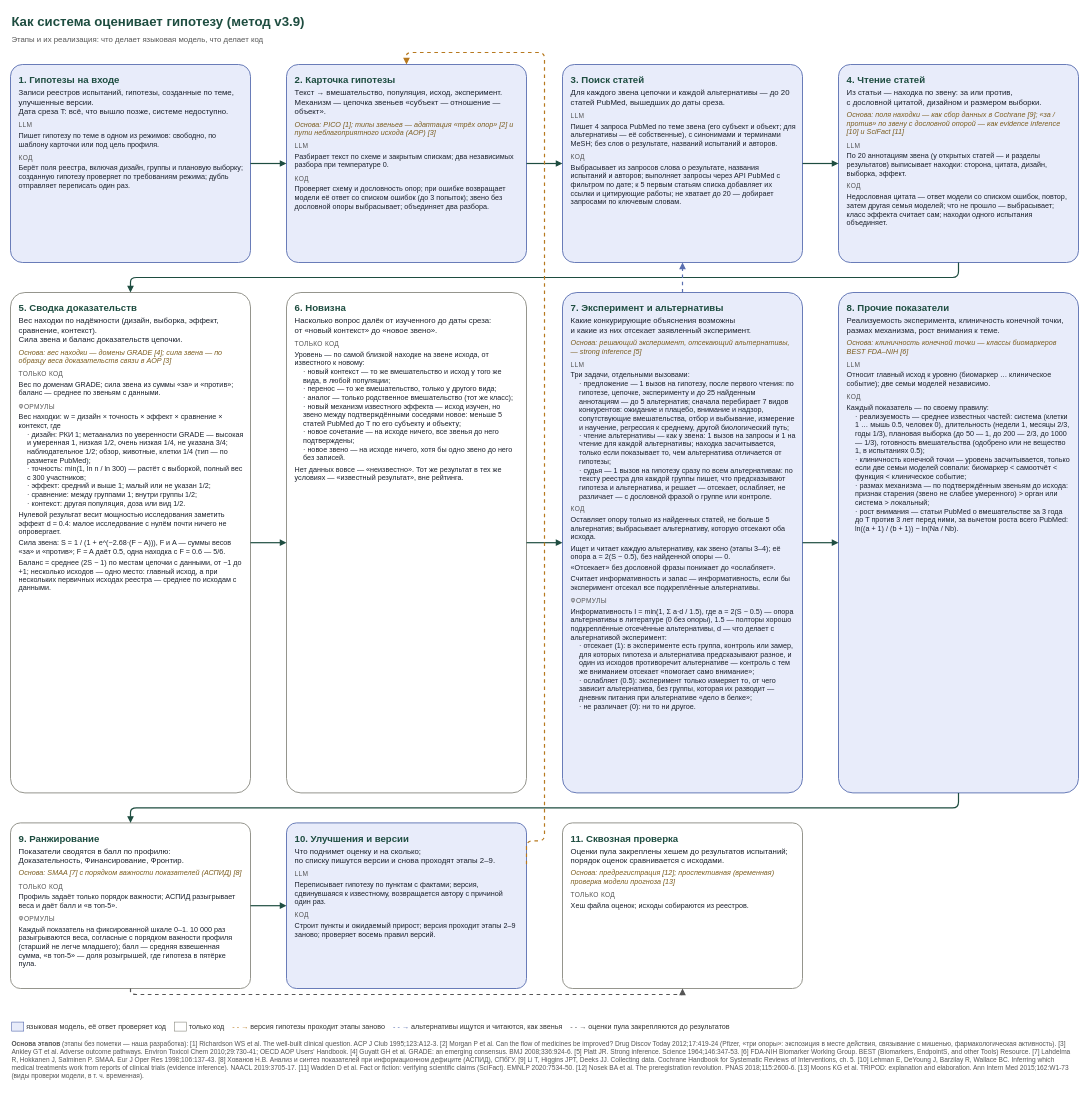
This is docs/system/flow_impl.drawio from danrd/hyp-arena, a draw.io file, before an edit. Source tidied: cells renumbered, new cells numbered last; positions are measured from the earlier drawing's top-left corner, leaving out a move shared by most shapes. Both pictures are drawn from the tidied source at 60%, with x=0, y=0 at pixel (10, 10).
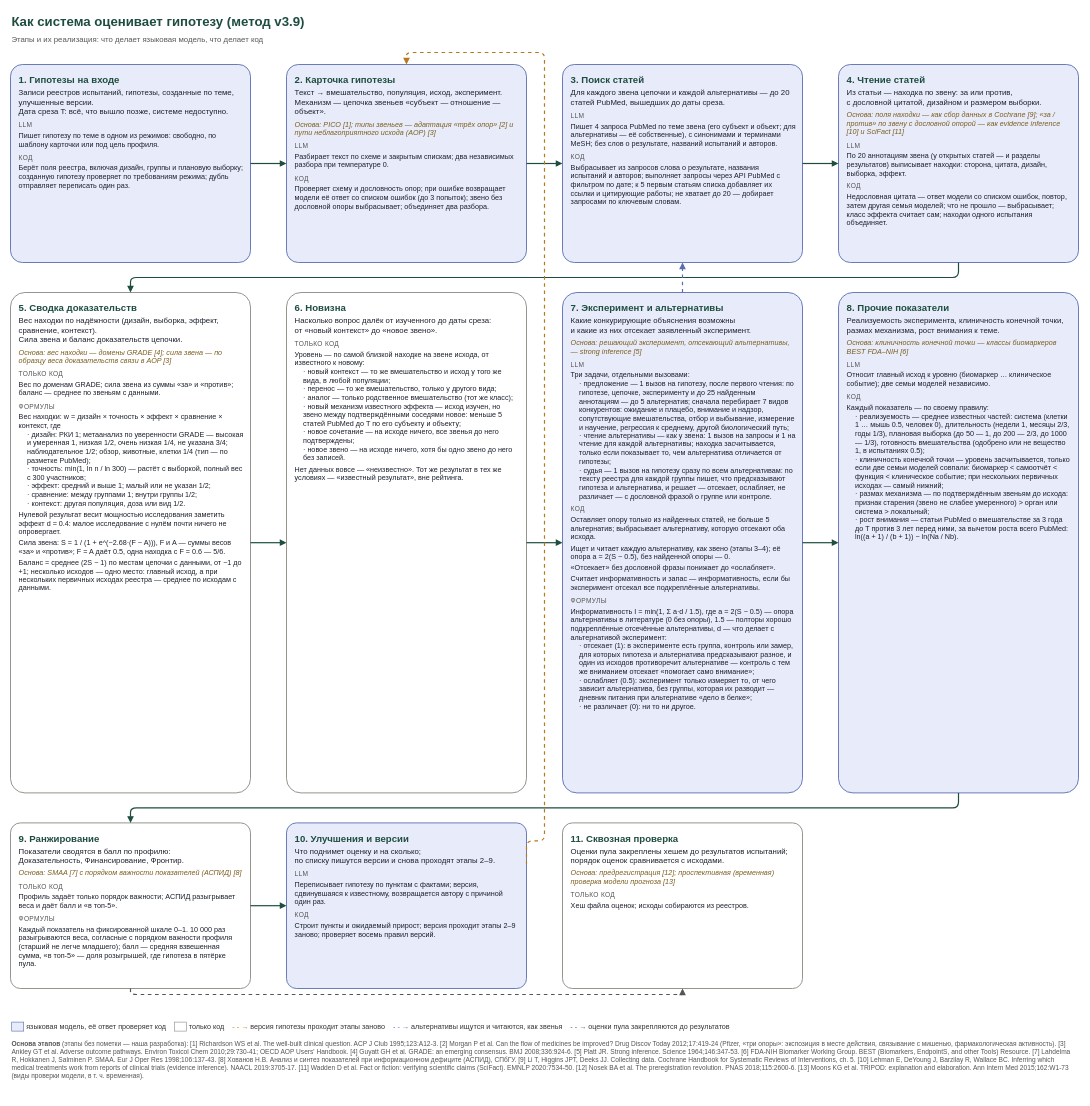
The same diagram, later.

The edit, as a diff of the source:
```diff
@@
-    <mxCell id="10" value="&lt;div style='font-size:16px;color:#1E4D40'&gt;&lt;b&gt;8. Прочие показатели&lt;/b&gt;&lt;/div&gt;&lt;div style='margin-top:4px'&gt;Реализуемость эксперимента, клиничность конечной точки,&lt;br/&gt;размах механизма, рост внимания к теме.&lt;/div&gt;&lt;div style='margin-top:6px;font-size:12px;color:#7A5C1E'&gt;&lt;i&gt;Основа: клиничность конечной точки — классы биомаркеров BEST FDA–NIH [6]&lt;/i&gt;&lt;/div&gt;&lt;div style='margin-top:8px;font-size:11px;color:#555;text-transform:uppercase;letter-spacing:0.5px'&gt;LLM&lt;/div&gt;&lt;div style='font-size:12px'&gt;&lt;div style='margin-top:4px'&gt;Относит главный исход к уровню (биомаркер … клиническое событие); две семьи моделей независимо.&lt;/div&gt;&lt;/div&gt;&lt;div style='margin-top:8px;font-size:11px;color:#555;text-transform:uppercase;letter-spacing:0.5px'&gt;Код&lt;/div&gt;&lt;div style='font-size:12px'&gt;&lt;div style='margin-top:4px'&gt;Каждый показатель — по своему правилу:&lt;/div&gt;&lt;div style='padding-left:14px'&gt;· реализуемость — среднее известных частей: система (клетки 1 … мышь 0.5, человек 0), длительность (недели 1, месяцы 2/3, годы 1/3), плановая выборка (до 50 — 1, до 200 — 2/3, до 1000 — 1/3), готовность вмешательства (одобрено или не вещество 1, в испытаниях 0.5);&lt;/div&gt;&lt;div style='padding-left:14px'&gt;· клиничность конечной точки — уровень засчитывается, только если две семьи моделей совпали: биомаркер &amp;lt; самоотчёт &amp;lt; функция &amp;lt; клиническое событие;&lt;/div&gt;&lt;div style='padding-left:14px'&gt;· размах механизма — по подтверждённым звеньям до исхода: признак старения (звено не слабее умеренного) &amp;gt; орган или система &amp;gt; локальный;&lt;/div&gt;&lt;div style='padding-left:14px'&gt;· рост внимания — статьи PubMed о вмешательстве за 3 года до T против 3 лет перед ними, за вычетом роста всего PubMed: ln((a + 1) / (b + 1)) − ln(Na / Nb).&lt;/div&gt;&lt;/div&gt;" style="rounded=1;arcSize=6;whiteSpace=wrap;html=1;fillColor=#E8ECFA;strokeColor=#5A6FB0;strokeWidth=1.5;fontSize=13;fontColor=#1A202C;align=left;verticalAlign=top;spacingLeft=12;spacingRight=10;spacingTop=10;" parent="1" vertex="1">
+    <mxCell id="10" value="&lt;div style='font-size:16px;color:#1E4D40'&gt;&lt;b&gt;8. Прочие показатели&lt;/b&gt;&lt;/div&gt;&lt;div style='margin-top:4px'&gt;Реализуемость эксперимента, клиничность конечной точки,&lt;br/&gt;размах механизма, рост внимания к теме.&lt;/div&gt;&lt;div style='margin-top:6px;font-size:12px;color:#7A5C1E'&gt;&lt;i&gt;Основа: клиничность конечной точки — классы биомаркеров BEST FDA–NIH [6]&lt;/i&gt;&lt;/div&gt;&lt;div style='margin-top:8px;font-size:11px;color:#555;text-transform:uppercase;letter-spacing:0.5px'&gt;LLM&lt;/div&gt;&lt;div style='font-size:12px'&gt;&lt;div style='margin-top:4px'&gt;Относит главный исход к уровню (биомаркер … клиническое событие); две семьи моделей независимо.&lt;/div&gt;&lt;/div&gt;&lt;div style='margin-top:8px;font-size:11px;color:#555;text-transform:uppercase;letter-spacing:0.5px'&gt;Код&lt;/div&gt;&lt;div style='font-size:12px'&gt;&lt;div style='margin-top:4px'&gt;Каждый показатель — по своему правилу:&lt;/div&gt;&lt;div style='padding-left:14px'&gt;· реализуемость — среднее известных частей: система (клетки 1 … мышь 0.5, человек 0), длительность (недели 1, месяцы 2/3, годы 1/3), плановая выборка (до 50 — 1, до 200 — 2/3, до 1000 — 1/3), готовность вмешательства (одобрено или не вещество 1, в испытаниях 0.5);&lt;/div&gt;&lt;div style='padding-left:14px'&gt;· клиничность конечной точки — уровень засчитывается, только если две семьи моделей совпали: биомаркер &amp;lt; самоотчёт &amp;lt; функция &amp;lt; клиническое событие; при нескольких первичных исходах — самый нижний;&lt;/div&gt;&lt;div style='padding-left:14px'&gt;· размах механизма — по подтверждённым звеньям до исхода: признак старения (звено не слабее умеренного) &amp;gt; орган или система &amp;gt; локальный;&lt;/div&gt;&lt;div style='padding-left:14px'&gt;· рост внимания — статьи PubMed о вмешательстве за 3 года до T против 3 лет перед ними, за вычетом роста всего PubMed: ln((a + 1) / (b + 1)) − ln(Na / Nb).&lt;/div&gt;&lt;/div&gt;" style="rounded=1;arcSize=6;whiteSpace=wrap;html=1;fillColor=#E8ECFA;strokeColor=#5A6FB0;strokeWidth=1.5;fontSize=13;fontColor=#1A202C;align=left;verticalAlign=top;spacingLeft=12;spacingRight=10;spacingTop=10;" parent="1" vertex="1">
       <mxGeometry x="1380" y="470" width="400" height="834" as="geometry" />
     </mxCell>
```
